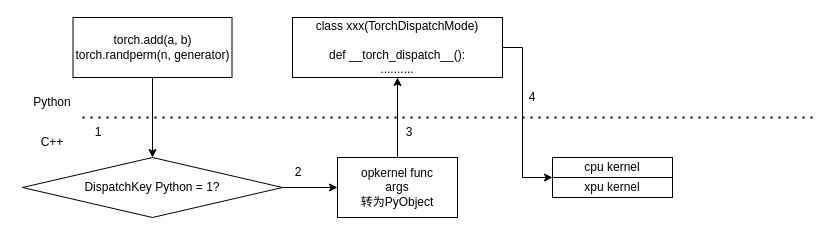
This is dispatch.drawio from LamForest/draw.io, a draw.io file, before an edit. Source tidied: cells renumbered, new cells numbered last; positions are measured from the earlier drawing's top-left corner, leaving out a move shared by most shapes. Both pictures are drawn from the tidied source at 100%, with x=0, y=0 at pixel (22, 17).
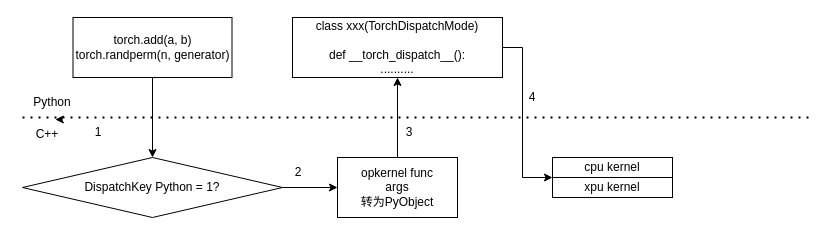
The same diagram, later.

Unchanged cells that the change refers to:
```xml
<mxCell id="6" value="Python" style="text;html=1;strokeColor=none;fillColor=none;align=center;verticalAlign=middle;whiteSpace=wrap;rounded=0;" parent="1" vertex="1">
  <mxGeometry y="70" width="60" height="30" as="geometry" />
</mxCell>
```

Diff of the diagram source:
```diff
@@
-    <mxCell id="4" style="endArrow=none;dashed=1;html=1;dashPattern=1 3;strokeWidth=2;rounded=0;" parent="1" edge="1">
+    <mxCell id="4" style="endArrow=none;dashed=1;html=1;dashPattern=1 3;strokeWidth=2;rounded=0;exitX=0;exitY=1;exitDx=0;exitDy=0;" parent="1" edge="1" source="6">
       <mxGeometry relative="1" as="geometry">
-        <mxPoint x="60" y="100" as="sourcePoint" />
         <mxPoint x="790" y="100" as="targetPoint" />
       </mxGeometry>
     </mxCell>
     <mxCell id="5" value="C++" style="text;html=1;strokeColor=none;fillColor=none;align=center;verticalAlign=middle;whiteSpace=wrap;rounded=0;" parent="1" vertex="1">
-      <mxGeometry y="110" width="60" height="30" as="geometry" />
+      <mxGeometry x="-5" y="102" width="60" height="30" as="geometry" />
     </mxCell>
@@
+    <mxCell id="19" style="edgeStyle=orthogonalEdgeStyle;rounded=0;orthogonalLoop=1;jettySize=auto;html=1;exitX=0.75;exitY=0;exitDx=0;exitDy=0;entryX=0.63;entryY=-0.033;entryDx=0;entryDy=0;entryPerimeter=0;" parent="1" edge="1" source="5" target="5">
+      <mxGeometry relative="1" as="geometry" />
+    </mxCell>
```
